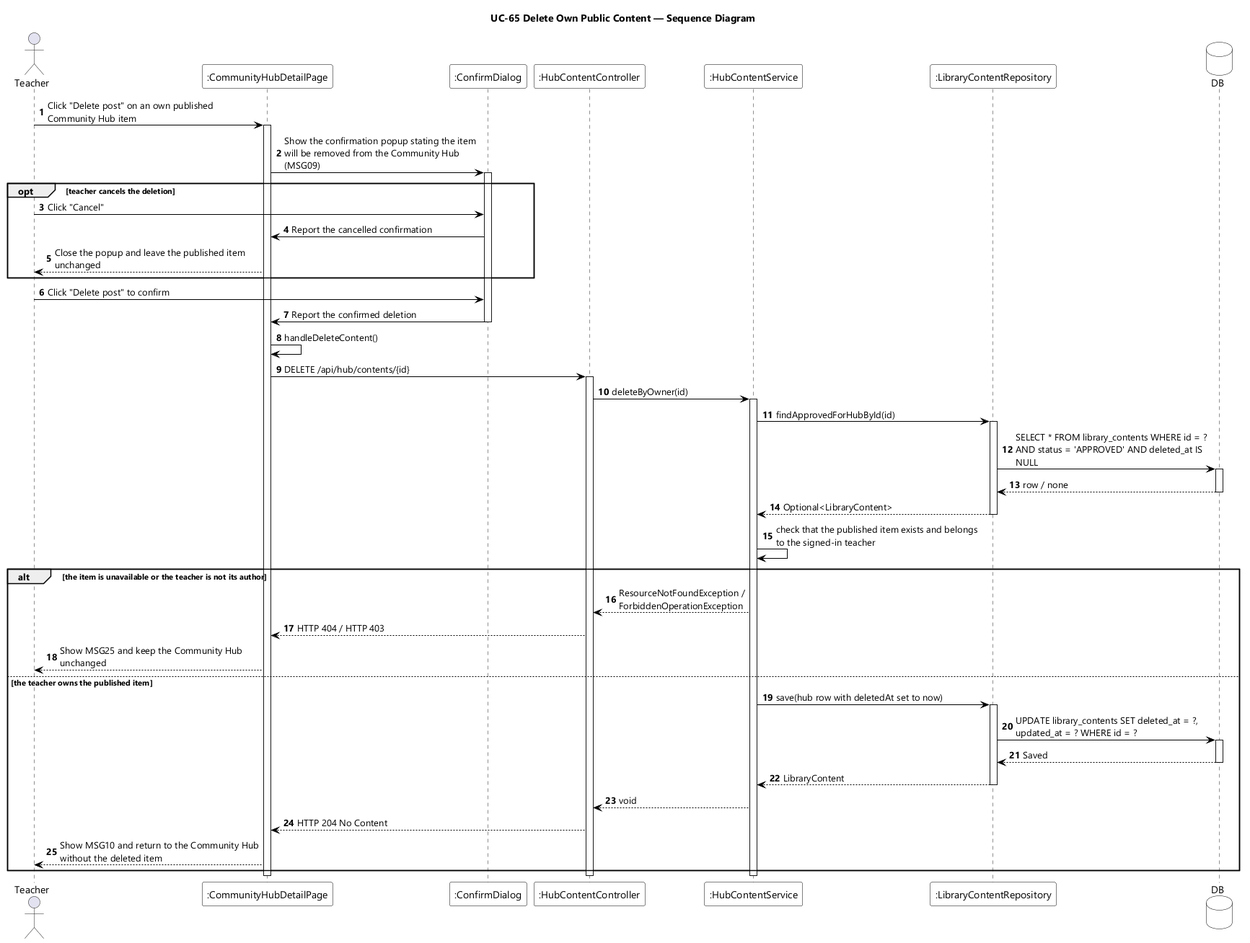
EduA-system/EduA-system keeps this PlantUML diagram as designs/sds-diagrams/uc65/uc65-sequence-diagram.png. Above is the earlier version. Source of this version:
```plantuml
@startuml UC-65 Delete Own Public Content - Sequence Diagram
skinparamlocked dpi 96
skinparam defaultFontName "Segoe UI"
skinparam shadowing false
skinparam ParticipantBackgroundColor #FFFFFF
skinparam ParticipantBorderColor #000000
skinparam DatabaseBackgroundColor #FFFFFF
skinparam DatabaseBorderColor #000000
skinparam ArrowColor #000000
skinparam sequenceMessageAlign left
skinparam maxMessageSize 280
title UC-65 Delete Own Public Content — Sequence Diagram

actor Teacher
participant ":CommunityHubDetailPage" as UI
participant ":ConfirmDialog" as CONFIRM
participant ":HubContentController" as CTL
participant ":HubContentService" as SVC
participant ":LibraryContentRepository" as CONTENTS
database DB

autonumber
Teacher -> UI : Click "Delete post" on an own published Community Hub item
activate UI
UI -> CONFIRM : Show the confirmation popup stating the item will be removed from the Community Hub (MSG09)
activate CONFIRM

opt teacher cancels the deletion
  Teacher -> CONFIRM : Click "Cancel"
  CONFIRM -> UI : Report the cancelled confirmation
  UI --> Teacher : Close the popup and leave the published item unchanged
end

Teacher -> CONFIRM : Click "Delete post" to confirm
CONFIRM -> UI : Report the confirmed deletion
deactivate CONFIRM
UI -> UI : handleDeleteContent()
UI -> CTL : DELETE /api/hub/contents/{id}
activate CTL
CTL -> SVC : deleteByOwner(id)
activate SVC
SVC -> CONTENTS : findApprovedForHubById(id)
activate CONTENTS
CONTENTS -> DB : SELECT * FROM library_contents WHERE id = ? AND status = 'APPROVED' AND deleted_at IS NULL
activate DB
DB --> CONTENTS : row / none
deactivate DB
CONTENTS --> SVC : Optional<LibraryContent>
deactivate CONTENTS
SVC -> SVC : check that the published item exists and belongs to the signed-in teacher

alt the item is unavailable or the teacher is not its author
  SVC --> CTL : ResourceNotFoundException / ForbiddenOperationException
  CTL --> UI : HTTP 404 / HTTP 403
  UI --> Teacher : Show MSG25 and keep the Community Hub unchanged
else the teacher owns the published item
  SVC -> CONTENTS : save(hub row with deletedAt set to now)
  activate CONTENTS
  CONTENTS -> DB : UPDATE library_contents SET deleted_at = ?, updated_at = ? WHERE id = ?
  activate DB
  DB --> CONTENTS : Saved
  deactivate DB
  CONTENTS --> SVC : LibraryContent
  deactivate CONTENTS
  SVC --> CTL : void
  CTL --> UI : HTTP 204 No Content
  UI --> Teacher : Show MSG10 and return to the Community Hub without the deleted item
end
deactivate SVC
deactivate CTL
deactivate UI
@enduml
```
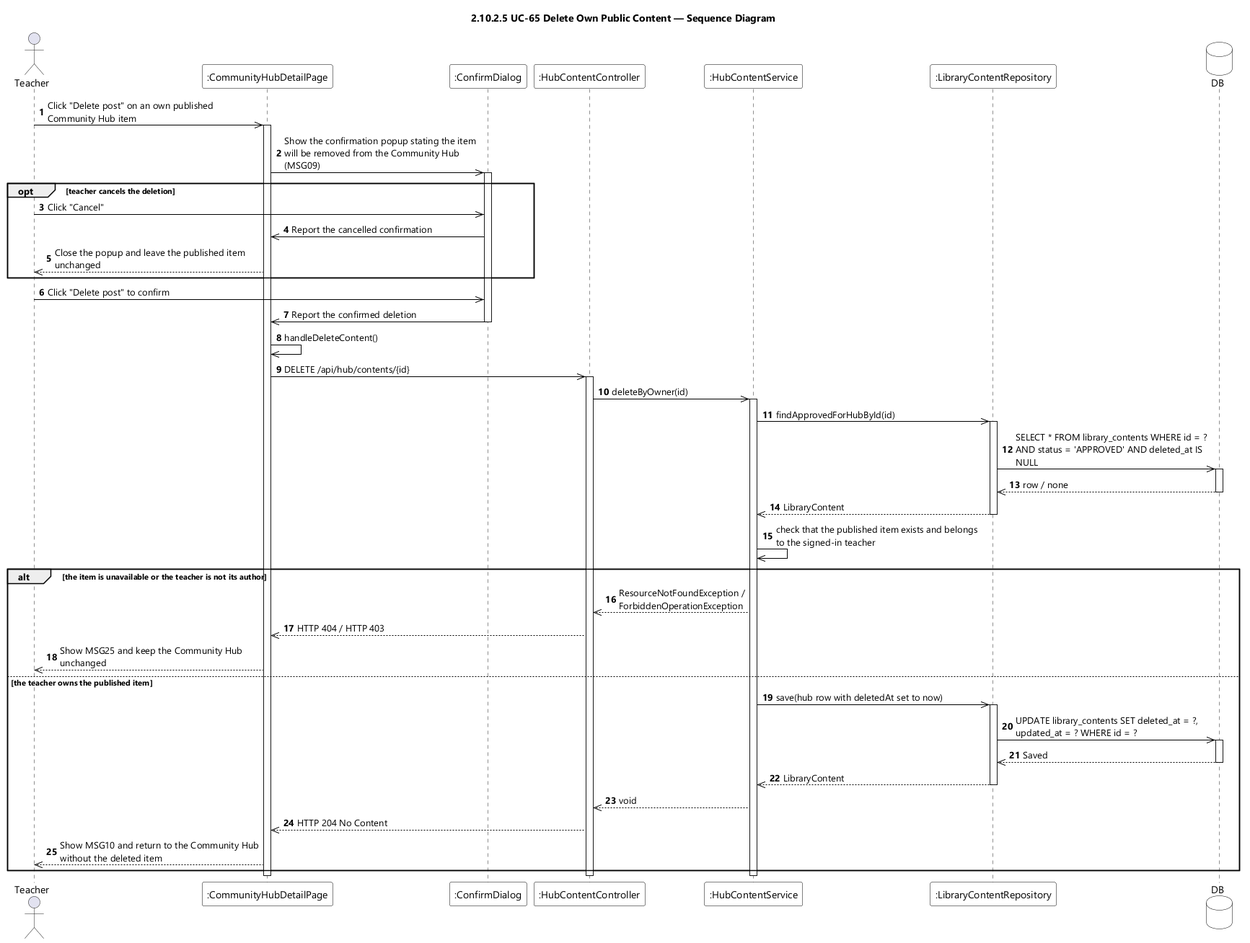
After the change.

Diff of the diagram source:
```diff
@@ -9,7 +9,7 @@
 skinparam ArrowColor #000000
 skinparam sequenceMessageAlign left
 skinparam maxMessageSize 280
-title UC-65 Delete Own Public Content — Sequence Diagram
+title 2.10.2.5 UC-65 Delete Own Public Content — Sequence Diagram
 
 actor Teacher
 participant ":CommunityHubDetailPage" as UI
@@ -20,51 +20,51 @@
 database DB
 
 autonumber
-Teacher -> UI : Click "Delete post" on an own published Community Hub item
+Teacher ->> UI : Click "Delete post" on an own published Community Hub item
 activate UI
-UI -> CONFIRM : Show the confirmation popup stating the item will be removed from the Community Hub (MSG09)
+UI ->> CONFIRM : Show the confirmation popup stating the item will be removed from the Community Hub (MSG09)
 activate CONFIRM
 
 opt teacher cancels the deletion
-  Teacher -> CONFIRM : Click "Cancel"
-  CONFIRM -> UI : Report the cancelled confirmation
-  UI --> Teacher : Close the popup and leave the published item unchanged
+  Teacher ->> CONFIRM : Click "Cancel"
+  CONFIRM ->> UI : Report the cancelled confirmation
+  UI -->> Teacher : Close the popup and leave the published item unchanged
 end
 
-Teacher -> CONFIRM : Click "Delete post" to confirm
-CONFIRM -> UI : Report the confirmed deletion
+Teacher ->> CONFIRM : Click "Delete post" to confirm
+CONFIRM ->> UI : Report the confirmed deletion
 deactivate CONFIRM
-UI -> UI : handleDeleteContent()
-UI -> CTL : DELETE /api/hub/contents/{id}
+UI ->> UI : handleDeleteContent()
+UI ->> CTL : DELETE /api/hub/contents/{id}
 activate CTL
-CTL -> SVC : deleteByOwner(id)
+CTL ->> SVC : deleteByOwner(id)
 activate SVC
-SVC -> CONTENTS : findApprovedForHubById(id)
+SVC ->> CONTENTS : findApprovedForHubById(id)
 activate CONTENTS
-CONTENTS -> DB : SELECT * FROM library_contents WHERE id = ? AND status = 'APPROVED' AND deleted_at IS NULL
+CONTENTS ->> DB : SELECT * FROM library_contents WHERE id = ? AND status = 'APPROVED' AND deleted_at IS NULL
 activate DB
-DB --> CONTENTS : row / none
+DB -->> CONTENTS : row / none
 deactivate DB
-CONTENTS --> SVC : Optional<LibraryContent>
+CONTENTS -->> SVC : LibraryContent
 deactivate CONTENTS
-SVC -> SVC : check that the published item exists and belongs to the signed-in teacher
+SVC ->> SVC : check that the published item exists and belongs to the signed-in teacher
 
 alt the item is unavailable or the teacher is not its author
-  SVC --> CTL : ResourceNotFoundException / ForbiddenOperationException
-  CTL --> UI : HTTP 404 / HTTP 403
-  UI --> Teacher : Show MSG25 and keep the Community Hub unchanged
+  SVC -->> CTL : ResourceNotFoundException / ForbiddenOperationException
+  CTL -->> UI : HTTP 404 / HTTP 403
+  UI -->> Teacher : Show MSG25 and keep the Community Hub unchanged
 else the teacher owns the published item
-  SVC -> CONTENTS : save(hub row with deletedAt set to now)
+  SVC ->> CONTENTS : save(hub row with deletedAt set to now)
   activate CONTENTS
-  CONTENTS -> DB : UPDATE library_contents SET deleted_at = ?, updated_at = ? WHERE id = ?
+  CONTENTS ->> DB : UPDATE library_contents SET deleted_at = ?, updated_at = ? WHERE id = ?
   activate DB
-  DB --> CONTENTS : Saved
+  DB -->> CONTENTS : Saved
   deactivate DB
-  CONTENTS --> SVC : LibraryContent
+  CONTENTS -->> SVC : LibraryContent
   deactivate CONTENTS
-  SVC --> CTL : void
-  CTL --> UI : HTTP 204 No Content
-  UI --> Teacher : Show MSG10 and return to the Community Hub without the deleted item
+  SVC -->> CTL : void
+  CTL -->> UI : HTTP 204 No Content
+  UI -->> Teacher : Show MSG10 and return to the Community Hub without the deleted item
 end
 deactivate SVC
 deactivate CTL
```
